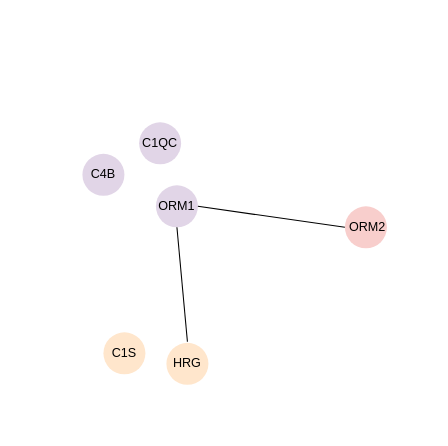
Before: Untitled Diagram.drawio in Mrfanfan/ZIFA, a draw.io diagram. Source tidied: cells renumbered, new cells numbered last; positions are measured from the earlier drawing's top-left corner, leaving out a move shared by most shapes. Both pictures are drawn from the tidied source at 105%, with x=0, y=0 at pixel (82, 122).
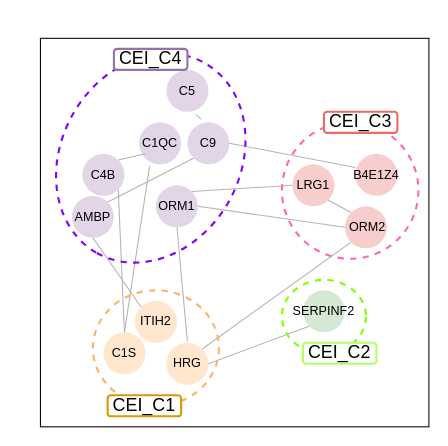
The same page after the edit.

Unchanged cells that the change refers to:
```xml
<mxCell id="2" value="ORM1" style="ellipse;whiteSpace=wrap;html=1;fillColor=#e1d5e7;strokeColor=none;" parent="1" vertex="1">
  <mxGeometry x="70" y="60" width="40" height="40" as="geometry" />
</mxCell>
<mxCell id="3" value="&amp;nbsp;ORM2" style="ellipse;whiteSpace=wrap;html=1;fillColor=#f8cecc;strokeColor=none;" parent="1" vertex="1">
  <mxGeometry x="250" y="80" width="40" height="40" as="geometry" />
</mxCell>
<mxCell id="4" value="HRG" style="ellipse;whiteSpace=wrap;html=1;fillColor=#ffe6cc;strokeColor=none;" parent="1" vertex="1">
  <mxGeometry x="80" y="210" width="40" height="40" as="geometry" />
</mxCell>
<mxCell id="7" value="C1QC" style="ellipse;whiteSpace=wrap;html=1;fillColor=#e1d5e7;strokeColor=none;" parent="1" vertex="1">
  <mxGeometry x="54" width="40" height="40" as="geometry" />
</mxCell>
<mxCell id="8" value="C1S" style="ellipse;whiteSpace=wrap;html=1;fillColor=#ffe6cc;strokeColor=none;" parent="1" vertex="1">
  <mxGeometry x="20" y="200" width="40" height="40" as="geometry" />
</mxCell>
<mxCell id="9" value="C4B" style="ellipse;whiteSpace=wrap;html=1;fillColor=#e1d5e7;strokeColor=none;" parent="1" vertex="1">
  <mxGeometry y="30" width="40" height="40" as="geometry" />
</mxCell>
```

What changed in the source:
```diff
@@
-    <mxCell id="5" style="endArrow=none;html=1;" parent="1" edge="1">
+    <mxCell id="5" style="endArrow=none;html=1;strokeColor=#B3B3B3;" parent="1" edge="1">
       <mxGeometry relative="1" as="geometry">
         <mxPoint x="100" y="209" as="sourcePoint" />
         <mxPoint x="90" y="100" as="targetPoint" />
       </mxGeometry>
     </mxCell>
-    <mxCell id="6" style="endArrow=none;html=1;exitX=1;exitY=0.5;exitDx=0;exitDy=0;" parent="1" edge="1" source="2">
+    <mxCell id="6" style="endArrow=none;html=1;exitX=1;exitY=0.5;exitDx=0;exitDy=0;strokeColor=#B3B3B3;" parent="1" edge="1" source="2">
       <mxGeometry relative="1" as="geometry">
         <mxPoint x="250" y="100" as="targetPoint" />
       </mxGeometry>
     </mxCell>
@@
+    <mxCell id="10" style="endArrow=none;html=1;entryX=0.25;entryY=1.038;entryDx=0;entryDy=0;entryPerimeter=0;strokeColor=#B3B3B3;" parent="1" edge="1" target="7">
+      <mxGeometry relative="1" as="geometry">
+        <mxPoint x="40" y="200" as="sourcePoint" />
+      </mxGeometry>
+    </mxCell>
+    <mxCell id="11" style="endArrow=none;html=1;exitX=1;exitY=0;exitDx=0;exitDy=0;strokeColor=#B3B3B3;" parent="1" edge="1" source="9">
+      <mxGeometry relative="1" as="geometry">
+        <mxPoint x="60" y="30" as="targetPoint" />
+      </mxGeometry>
+    </mxCell>
+    <mxCell id="12" value="SERPINF2" style="ellipse;whiteSpace=wrap;html=1;fillColor=#d5e8d4;strokeColor=none;" parent="1" vertex="1">
+      <mxGeometry x="210" y="160" width="40" height="40" as="geometry" />
+    </mxCell>
+    <mxCell id="13" style="endArrow=none;html=1;exitX=1;exitY=0.5;exitDx=0;exitDy=0;entryX=0;entryY=1;entryDx=0;entryDy=0;strokeColor=#B3B3B3;" parent="1" edge="1" source="4" target="12">
+      <mxGeometry relative="1" as="geometry" />
+    </mxCell>
+    <mxCell id="14" style="endArrow=none;html=1;exitX=1;exitY=0;exitDx=0;exitDy=0;entryX=0;entryY=1;entryDx=0;entryDy=0;strokeColor=#B3B3B3;" parent="1" edge="1" source="4" target="3">
+      <mxGeometry relative="1" as="geometry" />
+    </mxCell>
+    <mxCell id="15" value="B4E1Z4" style="ellipse;whiteSpace=wrap;html=1;fillColor=#f8cecc;strokeColor=none;" parent="1" vertex="1">
+      <mxGeometry x="260" y="30" width="40" height="40" as="geometry" />
+    </mxCell>
+    <mxCell id="16" value="C9" style="ellipse;whiteSpace=wrap;html=1;fillColor=#e1d5e7;strokeColor=none;" parent="1" vertex="1">
+      <mxGeometry x="100" width="40" height="40" as="geometry" />
+    </mxCell>
+    <mxCell id="17" style="endArrow=none;html=1;entryX=1;entryY=0.5;entryDx=0;entryDy=0;exitX=0;exitY=0.325;exitDx=0;exitDy=0;exitPerimeter=0;strokeColor=#B3B3B3;" parent="1" edge="1" source="15" target="16">
+      <mxGeometry relative="1" as="geometry" />
+    </mxCell>
+    <mxCell id="18" value="ITIH2" style="ellipse;whiteSpace=wrap;html=1;fillColor=#ffe6cc;strokeColor=none;" parent="1" vertex="1">
+      <mxGeometry x="50" y="170" width="40" height="40" as="geometry" />
+    </mxCell>
+    <mxCell id="19" value="AMBP" style="ellipse;whiteSpace=wrap;html=1;fillColor=#e1d5e7;strokeColor=none;" parent="1" vertex="1">
+      <mxGeometry x="-10" y="70" width="40" height="40" as="geometry" />
+    </mxCell>
+    <mxCell id="20" style="endArrow=none;html=1;entryX=0;entryY=1;entryDx=0;entryDy=0;exitX=1;exitY=0;exitDx=0;exitDy=0;strokeColor=#B3B3B3;" parent="1" edge="1" source="19" target="16">
+      <mxGeometry relative="1" as="geometry" />
+    </mxCell>
+    <mxCell id="21" style="endArrow=none;html=1;entryX=0.5;entryY=1;entryDx=0;entryDy=0;exitX=0;exitY=0;exitDx=0;exitDy=0;strokeColor=#B3B3B3;" parent="1" edge="1" source="18" target="19">
+      <mxGeometry relative="1" as="geometry" />
+    </mxCell>
+    <mxCell id="22" value="LRG1" style="ellipse;whiteSpace=wrap;html=1;fillColor=#f8cecc;strokeColor=none;" parent="1" vertex="1">
+      <mxGeometry x="200" y="40" width="40" height="40" as="geometry" />
+    </mxCell>
+    <mxCell id="23" style="endArrow=none;html=1;entryX=0;entryY=0.5;entryDx=0;entryDy=0;exitX=1;exitY=0;exitDx=0;exitDy=0;strokeColor=#B3B3B3;" parent="1" edge="1" source="2" target="22">
+      <mxGeometry relative="1" as="geometry" />
+    </mxCell>
+    <mxCell id="24" style="endArrow=none;html=1;entryX=1;entryY=1;entryDx=0;entryDy=0;exitX=0;exitY=0;exitDx=0;exitDy=0;strokeColor=#B3B3B3;" parent="1" edge="1" source="3" target="22">
+      <mxGeometry relative="1" as="geometry" />
+    </mxCell>
+    <mxCell id="25" value="C5" style="ellipse;whiteSpace=wrap;html=1;fillColor=#e1d5e7;strokeColor=none;" parent="1" vertex="1">
+      <mxGeometry x="80" y="-50" width="40" height="40" as="geometry" />
+    </mxCell>
+    <mxCell id="26" style="endArrow=none;html=1;entryX=0.7;entryY=1.063;entryDx=0;entryDy=0;entryPerimeter=0;exitX=0.325;exitY=-0.075;exitDx=0;exitDy=0;exitPerimeter=0;strokeColor=#B3B3B3;" parent="1" edge="1" source="16" target="25">
+      <mxGeometry relative="1" as="geometry" />
+    </mxCell>
+    <mxCell id="27" style="endArrow=none;html=1;entryX=1;entryY=1;entryDx=0;entryDy=0;exitX=0.5;exitY=0;exitDx=0;exitDy=0;strokeColor=#B3B3B3;" parent="1" edge="1" source="8" target="9">
+      <mxGeometry relative="1" as="geometry" />
+    </mxCell>
+    <mxCell id="28" style="ellipse;whiteSpace=wrap;html=1;align=center;dashed=1;fillColor=none;strokeWidth=2;strokeColor=#FFB366;" parent="1" vertex="1">
+      <mxGeometry x="10" y="160" width="120" height="110" as="geometry" />
+    </mxCell>
+    <mxCell id="29" style="ellipse;whiteSpace=wrap;html=1;align=center;dashed=1;fillColor=none;strokeWidth=2;strokeColor=#FF66B3;" parent="1" vertex="1">
+      <mxGeometry x="190" width="130" height="130" as="geometry" />
+    </mxCell>
+    <mxCell id="30" style="ellipse;whiteSpace=wrap;html=1;align=center;dashed=1;fillColor=none;strokeWidth=2;strokeColor=#80FF00;" parent="1" vertex="1">
+      <mxGeometry x="190" y="150" width="80" height="70" as="geometry" />
+    </mxCell>
+    <mxCell id="31" style="ellipse;whiteSpace=wrap;html=1;align=center;dashed=1;fillColor=none;direction=south;rotation=30;strokeWidth=2;strokeColor=#7F00FF;" parent="1" vertex="1">
+      <mxGeometry x="-20" y="-70" width="170.2" height="208" as="geometry" />
+    </mxCell>
+    <mxCell id="32" value="&lt;font style=&quot;font-size: 17px&quot;&gt;CEI_C4&lt;/font&gt;" style="rounded=1;whiteSpace=wrap;html=1;strokeColor=#9673a6;strokeWidth=2;" parent="1" vertex="1">
+      <mxGeometry x="30" y="-70" width="70" height="20" as="geometry" />
+    </mxCell>
+    <mxCell id="33" value="&lt;font style=&quot;font-size: 17px&quot;&gt;CEI_C3&lt;/font&gt;" style="rounded=1;whiteSpace=wrap;html=1;strokeWidth=2;strokeColor=#EA6B66;" parent="1" vertex="1">
+      <mxGeometry x="230" y="-10" width="70" height="20" as="geometry" />
+    </mxCell>
+    <mxCell id="34" value="&lt;font style=&quot;font-size: 17px&quot;&gt;CEI_C2&lt;/font&gt;" style="rounded=1;whiteSpace=wrap;html=1;strokeWidth=2;strokeColor=#B3FF66;" parent="1" vertex="1">
+      <mxGeometry x="210" y="210" width="70" height="20" as="geometry" />
+    </mxCell>
+    <mxCell id="35" value="&lt;font style=&quot;font-size: 17px&quot;&gt;CEI_C1&lt;/font&gt;" style="rounded=1;whiteSpace=wrap;html=1;strokeColor=#d79b00;strokeWidth=2;" parent="1" vertex="1">
+      <mxGeometry x="24" y="260" width="70" height="20" as="geometry" />
+    </mxCell>
+    <mxCell id="36" style="whiteSpace=wrap;html=1;strokeWidth=1;fillColor=none;" parent="1" vertex="1">
+      <mxGeometry x="-40" y="-80" width="370" height="370" as="geometry" />
+    </mxCell>
```
